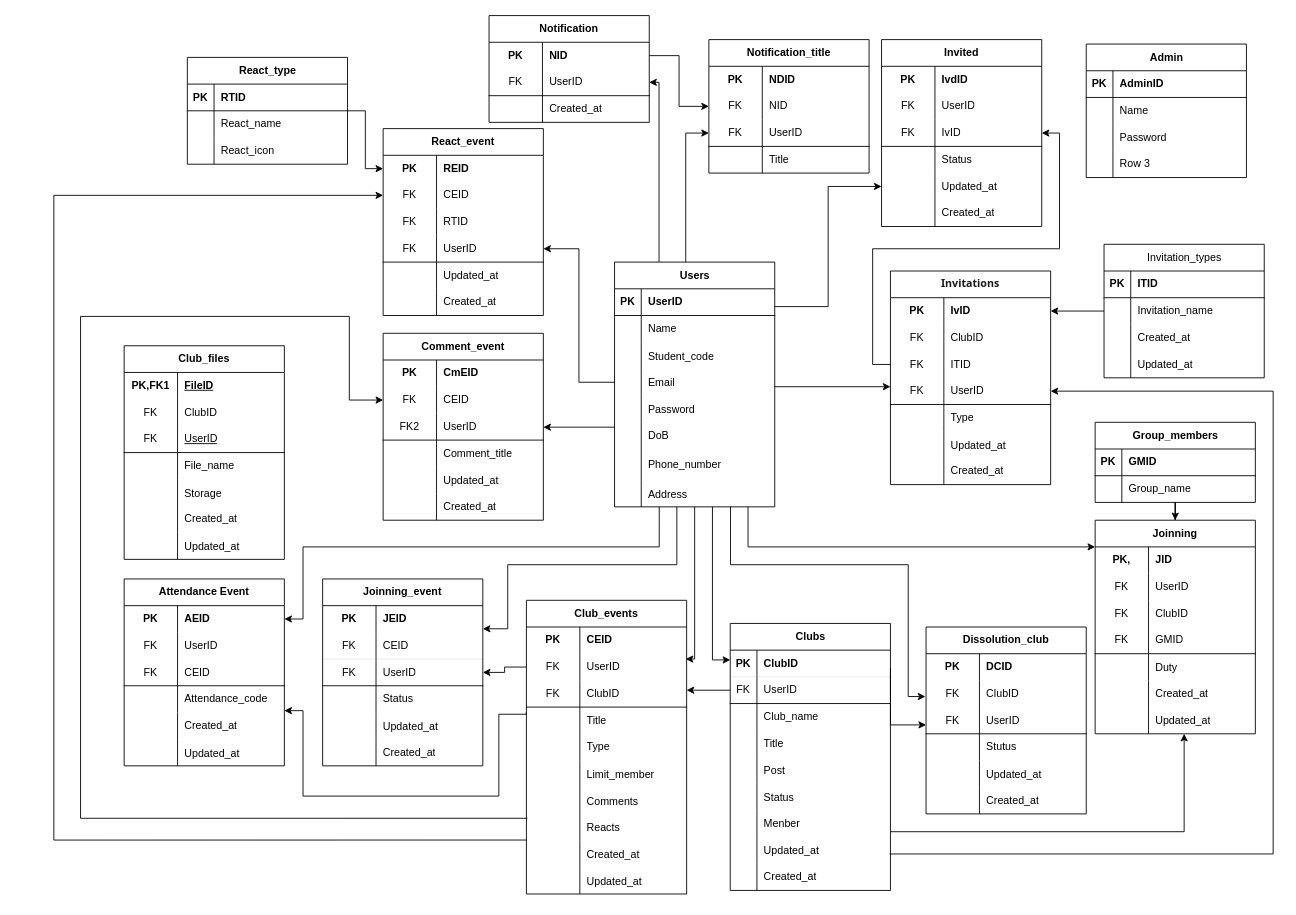
Before: page "Database" (14 of 14) of diagram.drawio in ZanhhTrann/finall_project-, a draw.io diagram. Source tidied: cells renumbered, new cells numbered last; positions are measured from the earlier drawing's top-left corner, leaving out a move shared by most shapes. Both pictures are drawn from the tidied source at 89%, with x=0, y=0 at pixel (53, 15).
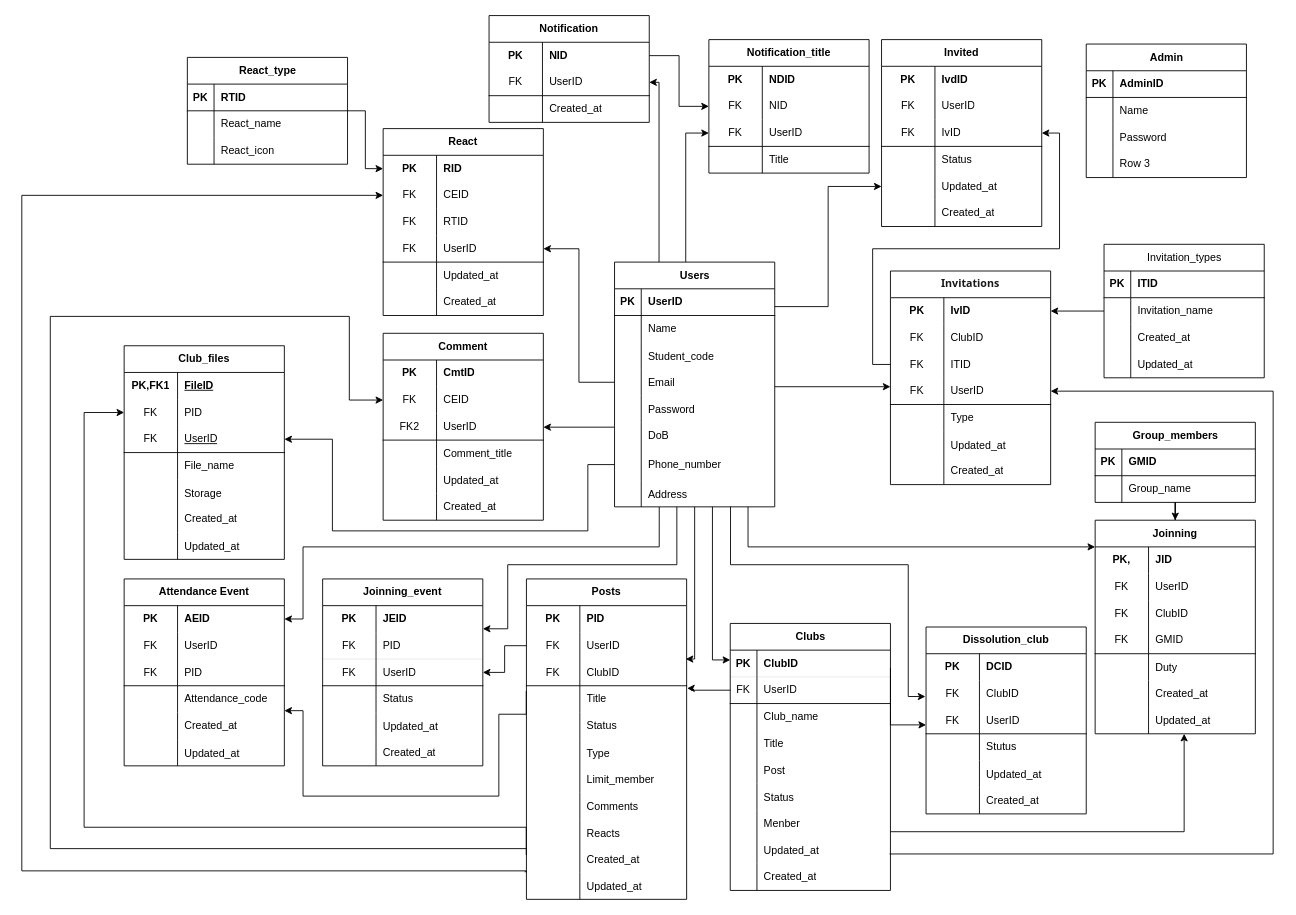
After the change.

Commit message:
Cập nhật diagram.drawio

Unchanged cells that the change refers to:
```xml
<mxCell id="21" style="shape=tableRow;horizontal=0;startSize=0;swimlaneHead=0;swimlaneBody=0;fillColor=none;points=[[0,0.5],[1,0.5]];portConstraint=eastwest;top=0;left=0;right=0;bottom=0;fontStyle=0;" parent="2" vertex="1">
  <mxGeometry y="210" width="180" height="35" as="geometry" />
</mxCell>
<mxCell id="44" style="shape=tableRow;horizontal=0;startSize=0;swimlaneHead=0;swimlaneBody=0;fillColor=none;points=[[0,0.5],[1,0.5]];portConstraint=eastwest;top=0;left=0;right=0;bottom=1;html=1;swimlaneLine=0;fontStyle=0;" parent="40" vertex="1">
  <mxGeometry y="60" width="180" height="30" as="geometry" />
</mxCell>
<mxCell id="99" style="shape=tableRow;horizontal=0;startSize=0;swimlaneHead=0;swimlaneBody=0;fillColor=none;top=0;left=0;right=0;bottom=0;html=1;fontStyle=1;" parent="98" vertex="1">
  <mxGeometry y="30" width="180" height="30" as="geometry" />
</mxCell>
<mxCell id="105" style="shape=tableRow;horizontal=0;startSize=0;swimlaneHead=0;swimlaneBody=0;fillColor=none;points=[[0,0.5],[1,0.5]];portConstraint=eastwest;top=0;left=0;right=0;bottom=1;html=1;fontStyle=0;" parent="98" vertex="1">
  <mxGeometry y="90" width="180" height="30" as="geometry" />
</mxCell>
<mxCell id="111" style="shape=tableRow;horizontal=0;startSize=0;swimlaneHead=0;swimlaneBody=0;fillColor=none;top=0;left=0;right=0;bottom=0;html=1;fontStyle=0;" parent="98" vertex="1">
  <mxGeometry y="150" width="180" height="30" as="geometry" />
</mxCell>
<mxCell id="130" style="shape=tableRow;horizontal=0;startSize=0;swimlaneHead=0;swimlaneBody=0;fillColor=none;points=[[0,0.5],[1,0.5]];portConstraint=eastwest;top=0;left=0;right=0;bottom=0;html=1;fontStyle=0;" parent="129" vertex="1">
  <mxGeometry y="30" width="180" height="30" as="geometry" />
</mxCell>
<mxCell id="133" style="shape=tableRow;horizontal=0;startSize=0;swimlaneHead=0;swimlaneBody=0;fillColor=none;points=[[0,0.5],[1,0.5]];portConstraint=eastwest;top=0;left=0;right=0;bottom=0;fontStyle=0;" parent="129" vertex="1">
  <mxGeometry y="60" width="180" height="30" as="geometry" />
</mxCell>
<mxCell id="149" style="shape=tableRow;horizontal=0;startSize=0;swimlaneHead=0;swimlaneBody=0;fillColor=none;top=0;left=0;right=0;bottom=0;html=1;fontStyle=0;" parent="148" vertex="1">
  <mxGeometry y="30" width="180" height="30" as="geometry" />
</mxCell>
<mxCell id="152" style="shape=tableRow;horizontal=0;startSize=0;swimlaneHead=0;swimlaneBody=0;fillColor=none;points=[[0,0.5],[1,0.5]];portConstraint=eastwest;top=0;left=0;right=0;bottom=0;fontStyle=0;" parent="148" vertex="1">
  <mxGeometry y="60" width="180" height="30" as="geometry" />
</mxCell>
<mxCell id="246" style="shape=tableRow;horizontal=0;startSize=0;swimlaneHead=0;swimlaneBody=0;fillColor=none;top=0;left=0;right=0;bottom=1;strokeWidth=0;fontStyle=0;" parent="242" vertex="1">
  <mxGeometry y="60" width="180" height="30" as="geometry" />
</mxCell>
<mxCell id="268" style="shape=tableRow;horizontal=0;startSize=0;swimlaneHead=0;swimlaneBody=0;fillColor=none;top=0;left=0;right=0;bottom=1;html=1;fontStyle=0;" parent="261" vertex="1">
  <mxGeometry y="90" width="180" height="30" as="geometry" />
</mxCell>
<mxCell id="339" style="shape=tableRow;horizontal=0;startSize=0;swimlaneHead=0;swimlaneBody=0;fillColor=none;points=[[0,0.5],[1,0.5]];portConstraint=eastwest;top=0;left=0;right=0;bottom=0;" parent="335" vertex="1">
  <mxGeometry y="60" width="180" height="30" as="geometry" />
</mxCell>
<mxCell id="342" style="shape=tableRow;horizontal=0;startSize=0;swimlaneHead=0;swimlaneBody=0;fillColor=none;points=[[0,0.5],[1,0.5]];portConstraint=eastwest;top=0;left=0;right=0;bottom=1;html=1;" parent="335" vertex="1">
  <mxGeometry y="90" width="180" height="30" as="geometry" />
</mxCell>
```

What changed in the source:
```diff
@@
-    <mxCell id="98" value="&lt;b&gt;Club_events&lt;/b&gt;" style="shape=table;startSize=30;childLayout=tableLayout;rowLines=0;fontStyle=0;align=center;html=1;whiteSpace=wrap;" parent="1" vertex="1">
-      <mxGeometry x="531" y="657" width="180" height="330" as="geometry" />
+    <mxCell id="98" value="&lt;b&gt;Posts&lt;/b&gt;" style="shape=table;startSize=30;childLayout=tableLayout;rowLines=0;fontStyle=0;align=center;html=1;whiteSpace=wrap;" parent="1" vertex="1">
+      <mxGeometry x="531" y="633" width="180" height="360" as="geometry" />
     </mxCell>
@@
-    <mxCell id="101" value="&lt;b&gt;CEID&lt;/b&gt;" style="shape=partialRectangle;fillColor=none;top=0;left=0;bottom=0;right=0;align=left;spacingLeft=6;fontStyle=0;overflow=hidden;html=1;whiteSpace=wrap;" parent="99" vertex="1">
+    <mxCell id="101" value="&lt;b&gt;PID&lt;/b&gt;" style="shape=partialRectangle;fillColor=none;top=0;left=0;bottom=0;right=0;align=left;spacingLeft=6;fontStyle=0;overflow=hidden;html=1;whiteSpace=wrap;" parent="99" vertex="1">
       <mxGeometry x="60" width="120" height="30" as="geometry" />
     </mxCell>
@@
-    <mxCell id="113" value="Type" style="shape=partialRectangle;fillColor=none;top=0;left=0;bottom=0;right=0;align=left;spacingLeft=6;overflow=hidden;html=1;whiteSpace=wrap;fontStyle=0;" parent="111" vertex="1">
+    <mxCell id="113" value="Status" style="shape=partialRectangle;fillColor=none;top=0;left=0;bottom=0;right=0;align=left;spacingLeft=6;overflow=hidden;html=1;whiteSpace=wrap;fontStyle=0;" parent="111" vertex="1">
       <mxGeometry x="60" width="120" height="30" as="geometry" />
     </mxCell>
+    <mxCell id="357" style="shape=tableRow;horizontal=0;startSize=0;swimlaneHead=0;swimlaneBody=0;fillColor=none;top=0;left=0;right=0;bottom=0;" parent="98" vertex="1">
+      <mxGeometry y="180" width="180" height="30" as="geometry" />
+    </mxCell>
+    <mxCell id="358" style="shape=partialRectangle;fillColor=none;top=0;left=0;bottom=0;right=0;overflow=hidden;" parent="357" vertex="1">
+      <mxGeometry width="60" height="30" as="geometry" />
+    </mxCell>
+    <mxCell id="359" value="Type" style="shape=partialRectangle;fillColor=none;top=0;left=0;bottom=0;right=0;align=left;spacingLeft=6;overflow=hidden;" parent="357" vertex="1">
+      <mxGeometry x="60" width="120" height="30" as="geometry" />
+    </mxCell>
     <mxCell id="114" style="shape=tableRow;horizontal=0;startSize=0;swimlaneHead=0;swimlaneBody=0;fillColor=none;top=0;left=0;right=0;bottom=0;fontStyle=0;" parent="98" vertex="1">
-      <mxGeometry y="180" width="180" height="30" as="geometry" />
+      <mxGeometry y="210" width="180" height="30" as="geometry" />
     </mxCell>
@@
     <mxCell id="117" style="shape=tableRow;horizontal=0;startSize=0;swimlaneHead=0;swimlaneBody=0;fillColor=none;top=0;left=0;right=0;bottom=0;fontStyle=0;" parent="98" vertex="1">
-      <mxGeometry y="210" width="180" height="30" as="geometry" />
+      <mxGeometry y="240" width="180" height="30" as="geometry" />
     </mxCell>
@@
     <mxCell id="120" style="shape=tableRow;horizontal=0;startSize=0;swimlaneHead=0;swimlaneBody=0;fillColor=none;points=[[0,0.5],[1,0.5]];portConstraint=eastwest;top=0;left=0;right=0;bottom=0;fontStyle=0;" parent="98" vertex="1">
-      <mxGeometry y="240" width="180" height="30" as="geometry" />
+      <mxGeometry y="270" width="180" height="30" as="geometry" />
     </mxCell>
@@
     <mxCell id="123" style="shape=tableRow;horizontal=0;startSize=0;swimlaneHead=0;swimlaneBody=0;fillColor=none;points=[[0,0.5],[1,0.5]];portConstraint=eastwest;top=0;left=0;right=0;bottom=0;fontStyle=0;" parent="98" vertex="1">
-      <mxGeometry y="270" width="180" height="30" as="geometry" />
+      <mxGeometry y="300" width="180" height="30" as="geometry" />
     </mxCell>
@@
     <mxCell id="126" style="shape=tableRow;horizontal=0;startSize=0;swimlaneHead=0;swimlaneBody=0;fillColor=none;top=0;left=0;right=0;bottom=0;fontStyle=0;" parent="98" vertex="1">
-      <mxGeometry y="300" width="180" height="30" as="geometry" />
+      <mxGeometry y="330" width="180" height="30" as="geometry" />
     </mxCell>
@@
-    <mxCell id="129" value="&lt;b&gt;React_event&lt;/b&gt;" style="shape=table;startSize=30;childLayout=tableLayout;rowLines=0;fontStyle=0;align=center;html=1;whiteSpace=wrap;" parent="1" vertex="1">
+    <mxCell id="129" value="&lt;b&gt;React&lt;/b&gt;" style="shape=table;startSize=30;childLayout=tableLayout;rowLines=0;fontStyle=0;align=center;html=1;whiteSpace=wrap;" parent="1" vertex="1">
       <mxGeometry x="370" y="127" width="180" height="210" as="geometry" />
     </mxCell>
@@
-    <mxCell id="132" value="&lt;b&gt;REID&lt;/b&gt;" style="shape=partialRectangle;fillColor=none;top=0;left=0;bottom=0;right=0;align=left;spacingLeft=6;fontStyle=0;overflow=hidden;html=1;whiteSpace=wrap;" parent="130" vertex="1">
+    <mxCell id="132" value="&lt;b&gt;RID&lt;/b&gt;" style="shape=partialRectangle;fillColor=none;top=0;left=0;bottom=0;right=0;align=left;spacingLeft=6;fontStyle=0;overflow=hidden;html=1;whiteSpace=wrap;" parent="130" vertex="1">
       <mxGeometry x="60" width="120" height="30" as="geometry" />
     </mxCell>
@@
-    <mxCell id="148" value="&lt;b&gt;Comment_event&lt;/b&gt;" style="shape=table;startSize=30;childLayout=tableLayout;rowLines=0;fontStyle=0;align=center;html=1;whiteSpace=wrap;" parent="1" vertex="1">
+    <mxCell id="148" value="&lt;b&gt;Comment&lt;/b&gt;" style="shape=table;startSize=30;childLayout=tableLayout;rowLines=0;fontStyle=0;align=center;html=1;whiteSpace=wrap;" parent="1" vertex="1">
       <mxGeometry x="370" y="357" width="180" height="210" as="geometry" />
     </mxCell>
@@
-    <mxCell id="151" value="&lt;b&gt;CmEID&lt;/b&gt;" style="shape=partialRectangle;fillColor=none;top=0;left=0;bottom=0;right=0;align=left;spacingLeft=6;fontStyle=0;overflow=hidden;html=1;whiteSpace=wrap;" parent="149" vertex="1">
+    <mxCell id="151" value="&lt;b&gt;CmtID&lt;/b&gt;" style="shape=partialRectangle;fillColor=none;top=0;left=0;bottom=0;right=0;align=left;spacingLeft=6;fontStyle=0;overflow=hidden;html=1;whiteSpace=wrap;" parent="149" vertex="1">
       <mxGeometry x="60" width="120" height="30" as="geometry" />
     </mxCell>
@@
-    <mxCell id="248" value="CEID" style="shape=partialRectangle;fillColor=none;top=0;left=0;bottom=0;right=0;align=left;spacingLeft=6;fontStyle=0;overflow=hidden;whiteSpace=wrap;html=1;" parent="246" vertex="1">
+    <mxCell id="248" value="PID" style="shape=partialRectangle;fillColor=none;top=0;left=0;bottom=0;right=0;align=left;spacingLeft=6;fontStyle=0;overflow=hidden;whiteSpace=wrap;html=1;" parent="246" vertex="1">
       <mxGeometry x="60" width="120" height="30" as="geometry" />
     </mxCell>
@@
-    <mxCell id="270" value="CEID" style="shape=partialRectangle;fillColor=none;top=0;left=0;bottom=0;right=0;align=left;spacingLeft=6;fontStyle=0;overflow=hidden;html=1;whiteSpace=wrap;" parent="268" vertex="1">
+    <mxCell id="270" value="PID" style="shape=partialRectangle;fillColor=none;top=0;left=0;bottom=0;right=0;align=left;spacingLeft=6;fontStyle=0;overflow=hidden;html=1;whiteSpace=wrap;" parent="268" vertex="1">
       <mxGeometry x="60" width="120" height="30" as="geometry" />
     </mxCell>
@@
-    <mxCell id="319" style="edgeStyle=orthogonalEdgeStyle;rounded=0;jettySize=auto;html=1;" parent="1" edge="1" source="44" target="105">
+    <mxCell id="319" style="edgeStyle=orthogonalEdgeStyle;rounded=0;jettySize=auto;html=1;entryX=1.003;entryY=1.098;entryDx=0;entryDy=0;entryPerimeter=0;" parent="1" edge="1" source="44" target="105">
       <mxGeometry relative="1" as="geometry">
         <Array as="points">
-          <mxPoint x="725" y="758" />
-          <mxPoint x="725" y="758" />
+          <mxPoint x="716" y="758" />
+          <mxPoint x="716" y="756" />
         </Array>
       </mxGeometry>
     </mxCell>
@@
-    <mxCell id="322" style="edgeStyle=orthogonalEdgeStyle;rounded=0;jettySize=auto;html=1;entryX=0;entryY=0.5;entryDx=0;entryDy=0;exitX=0.006;exitY=0.164;exitDx=0;exitDy=0;exitPerimeter=0;" parent="1" edge="1" source="120" target="152">
+    <mxCell id="322" style="edgeStyle=orthogonalEdgeStyle;rounded=0;jettySize=auto;html=1;entryX=0;entryY=0.5;entryDx=0;entryDy=0;" parent="1" edge="1" target="152">
       <mxGeometry relative="1" as="geometry">
+        <mxPoint x="531" y="936" as="sourcePoint" />
         <Array as="points">
-          <mxPoint x="30" y="902" />
-          <mxPoint x="30" y="338" />
+          <mxPoint x="-4" y="936" />
+          <mxPoint x="-4" y="338" />
           <mxPoint x="332" y="338" />
           <mxPoint x="332" y="432" />
         </Array>
       </mxGeometry>
     </mxCell>
@@
-    <mxCell id="334" style="edgeStyle=orthogonalEdgeStyle;rounded=0;jettySize=auto;html=1;entryX=0;entryY=0.5;entryDx=0;entryDy=0;exitX=0;exitY=0.979;exitDx=0;exitDy=0;exitPerimeter=0;" parent="1" edge="1" source="120" target="133">
+    <mxCell id="334" style="edgeStyle=orthogonalEdgeStyle;rounded=0;jettySize=auto;html=1;entryX=0;entryY=0.5;entryDx=0;entryDy=0;" parent="1" edge="1" target="133">
       <mxGeometry relative="1" as="geometry">
+        <mxPoint x="529" y="962" as="sourcePoint" />
         <Array as="points">
-          <mxPoint y="926" />
-          <mxPoint y="202" />
+          <mxPoint x="531" y="961" />
+          <mxPoint x="-36" y="961" />
+          <mxPoint x="-36" y="202" />
         </Array>
       </mxGeometry>
     </mxCell>
@@
-    <mxCell id="341" value="ClubID" style="shape=partialRectangle;fillColor=none;top=0;left=0;bottom=0;right=0;align=left;spacingLeft=6;fontStyle=0;overflow=hidden;whiteSpace=wrap;html=1;" parent="339" vertex="1">
+    <mxCell id="341" value="PID" style="shape=partialRectangle;fillColor=none;top=0;left=0;bottom=0;right=0;align=left;spacingLeft=6;fontStyle=0;overflow=hidden;whiteSpace=wrap;html=1;" parent="339" vertex="1">
       <mxGeometry x="60" width="120" height="30" as="geometry" />
     </mxCell>
@@
+    <mxCell id="360" style="edgeStyle=orthogonalEdgeStyle;rounded=0;jettySize=auto;html=1;entryX=1;entryY=0.5;entryDx=0;entryDy=0;" parent="1" edge="1" source="21" target="342">
+      <mxGeometry relative="1" as="geometry">
+        <Array as="points">
+          <mxPoint x="600" y="504" />
+          <mxPoint x="600" y="579" />
+          <mxPoint x="313" y="579" />
+          <mxPoint x="313" y="476" />
+        </Array>
+      </mxGeometry>
+    </mxCell>
+    <mxCell id="361" style="edgeStyle=orthogonalEdgeStyle;rounded=0;jettySize=auto;html=1;entryX=0;entryY=0.5;entryDx=0;entryDy=0;exitX=-0.001;exitY=0.342;exitDx=0;exitDy=0;exitPerimeter=0;" parent="1" edge="1" source="123" target="339">
+      <mxGeometry relative="1" as="geometry">
+        <Array as="points">
+          <mxPoint x="531" y="912" />
+          <mxPoint x="34" y="912" />
+          <mxPoint x="34" y="446" />
+        </Array>
+      </mxGeometry>
+    </mxCell>
```
